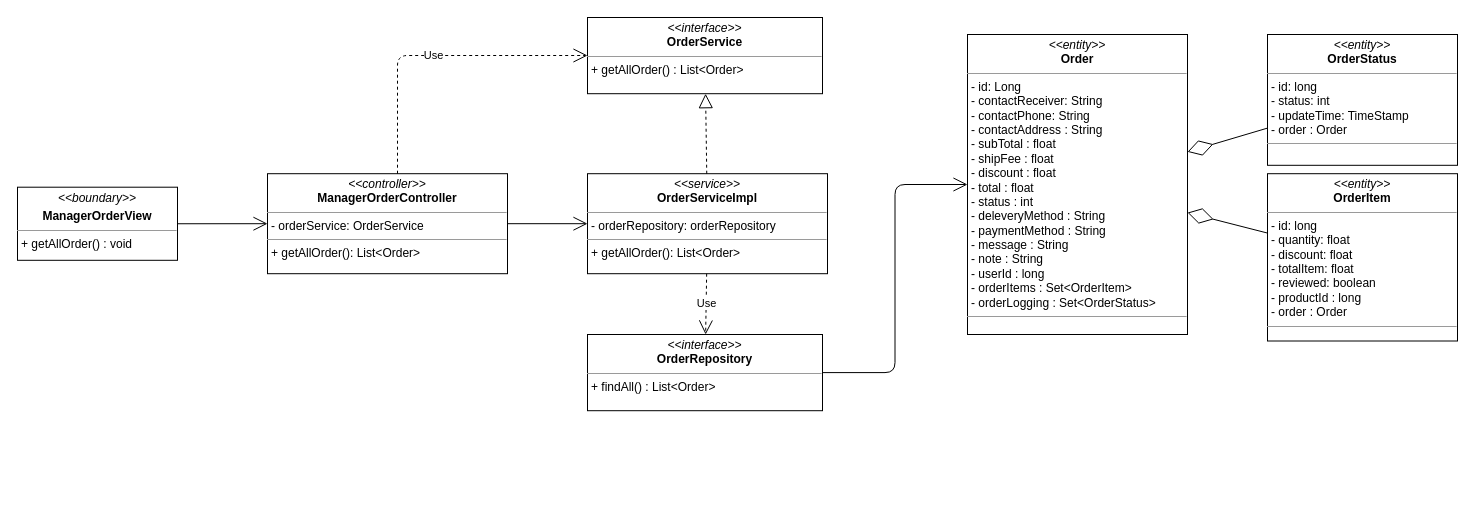
nguyenphamvan/datn_20202 keeps this draw.io diagram as class diagram/manager-order-class-diagram.drawio. Above is the earlier version. Source tidied: cells renumbered, new cells numbered last; positions are measured from the earlier drawing's top-left corner, leaving out a move shared by most shapes. Both pictures are drawn from the tidied source at 100%, with x=0, y=0 at pixel (17, 17).
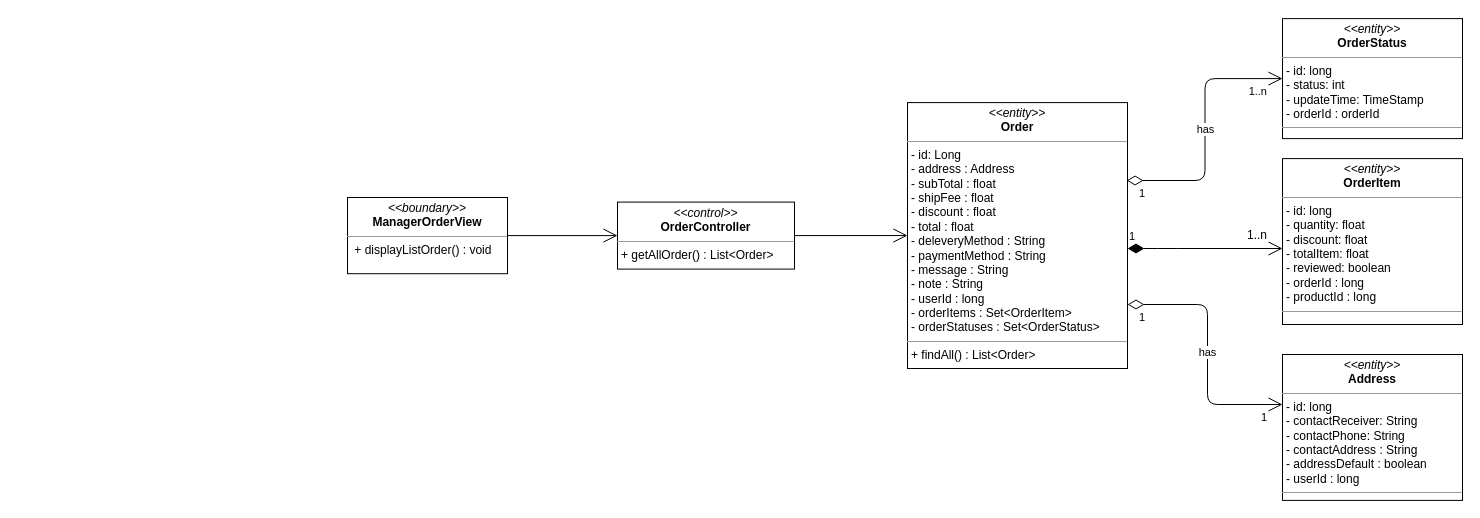
After the change.

What changed in the source:
```diff
@@
-    <mxCell id="2" value="&lt;p style=&quot;margin: 0px ; margin-top: 4px ; text-align: center&quot;&gt;&lt;i&gt;&amp;lt;&amp;lt;boundary&amp;gt;&amp;gt;&lt;/i&gt;&lt;/p&gt;&lt;p style=&quot;margin: 0px ; margin-top: 4px ; text-align: center&quot;&gt;&lt;b&gt;ManagerOrderView&lt;/b&gt;&lt;/p&gt;&lt;hr size=&quot;1&quot;&gt;&lt;p style=&quot;margin: 0px ; margin-left: 4px&quot;&gt;&lt;span&gt;+ getAllOrder() : void&lt;/span&gt;&lt;br&gt;&lt;/p&gt;" style="verticalAlign=top;align=left;overflow=fill;fontSize=12;fontFamily=Helvetica;html=1;" parent="1" vertex="1">
-      <mxGeometry y="169.7" width="160" height="73.1" as="geometry" />
-    </mxCell>
-    <mxCell id="3" style="endArrow=open;endFill=1;endSize=12;html=1;entryX=0;entryY=0.5;entryDx=0;entryDy=0;exitX=1;exitY=0.5;exitDx=0;exitDy=0;" parent="1" edge="1" source="2" target="7">
-      <mxGeometry relative="1" as="geometry" />
-    </mxCell>
-    <mxCell id="4" style="endArrow=open;endFill=1;endSize=12;html=1;exitX=1;exitY=0.5;exitDx=0;exitDy=0;edgeStyle=orthogonalEdgeStyle;" parent="1" edge="1" source="5" target="13">
-      <mxGeometry relative="1" as="geometry" />
-    </mxCell>
-    <mxCell id="5" value="&lt;p style=&quot;margin: 0px ; margin-top: 4px ; text-align: center&quot;&gt;&lt;i&gt;&amp;lt;&amp;lt;interface&amp;gt;&amp;gt;&lt;/i&gt;&lt;br&gt;&lt;b&gt;OrderRepository&lt;/b&gt;&lt;/p&gt;&lt;hr size=&quot;1&quot;&gt;&lt;p style=&quot;margin: 0px ; margin-left: 4px&quot;&gt;+ findAll() : List&amp;lt;Order&amp;gt;&lt;/p&gt;" style="verticalAlign=top;align=left;overflow=fill;fontSize=12;fontFamily=Helvetica;html=1;" parent="1" vertex="1">
-      <mxGeometry x="570" y="317" width="235" height="76.2" as="geometry" />
-    </mxCell>
-    <mxCell id="6" value="&lt;p style=&quot;margin: 0px ; margin-top: 4px ; text-align: center&quot;&gt;&lt;i&gt;&amp;lt;&amp;lt;interface&amp;gt;&amp;gt;&lt;/i&gt;&lt;br&gt;&lt;b&gt;OrderService&lt;/b&gt;&lt;/p&gt;&lt;hr size=&quot;1&quot;&gt;&lt;p style=&quot;margin: 0px ; margin-left: 4px&quot;&gt;+ getAllOrder() : List&amp;lt;Order&amp;gt;&lt;/p&gt;" style="verticalAlign=top;align=left;overflow=fill;fontSize=12;fontFamily=Helvetica;html=1;" parent="1" vertex="1">
-      <mxGeometry x="570" width="235" height="76.2" as="geometry" />
-    </mxCell>
-    <mxCell id="7" value="&lt;p style=&quot;margin: 0px ; margin-top: 4px ; text-align: center&quot;&gt;&lt;i&gt;&amp;lt;&amp;lt;controller&amp;gt;&amp;gt;&lt;/i&gt;&lt;br&gt;&lt;b&gt;ManagerOrderController&lt;/b&gt;&lt;br&gt;&lt;/p&gt;&lt;hr size=&quot;1&quot;&gt;&lt;p style=&quot;margin: 0px ; margin-left: 4px&quot;&gt;- orderService: OrderService&lt;br&gt;&lt;/p&gt;&lt;hr size=&quot;1&quot;&gt;&lt;p style=&quot;margin: 0px ; margin-left: 4px&quot;&gt;+ getAllOrder(): List&amp;lt;Order&amp;gt;&lt;br&gt;&lt;/p&gt;" style="verticalAlign=top;align=left;overflow=fill;fontSize=12;fontFamily=Helvetica;html=1;" parent="1" vertex="1">
-      <mxGeometry x="250" y="156.2" width="240" height="100" as="geometry" />
-    </mxCell>
-    <mxCell id="8" value="&lt;p style=&quot;margin: 0px ; margin-top: 4px ; text-align: center&quot;&gt;&lt;i&gt;&amp;lt;&amp;lt;service&amp;gt;&amp;gt;&lt;/i&gt;&lt;br&gt;&lt;b&gt;OrderServiceImpl&lt;/b&gt;&lt;/p&gt;&lt;hr size=&quot;1&quot;&gt;&lt;p style=&quot;margin: 0px ; margin-left: 4px&quot;&gt;- orderRepository: orderRepository&lt;br&gt;&lt;/p&gt;&lt;hr size=&quot;1&quot;&gt;&lt;p style=&quot;margin: 0px ; margin-left: 4px&quot;&gt;+ getAllOrder(): List&amp;lt;Order&amp;gt;&lt;br&gt;&lt;/p&gt;" style="verticalAlign=top;align=left;overflow=fill;fontSize=12;fontFamily=Helvetica;html=1;" parent="1" vertex="1">
-      <mxGeometry x="570" y="156.2" width="240" height="100" as="geometry" />
-    </mxCell>
-    <mxCell id="9" value="Use" style="endArrow=open;endSize=12;dashed=1;html=1;edgeStyle=orthogonalEdgeStyle;" parent="1" edge="1" source="7" target="6">
-      <mxGeometry relative="1" as="geometry">
-        <Array as="points">
-          <mxPoint x="380" y="38" />
-        </Array>
-      </mxGeometry>
-    </mxCell>
-    <mxCell id="10" style="endArrow=block;dashed=1;endFill=0;endSize=12;html=1;" parent="1" edge="1" source="8" target="6">
-      <mxGeometry relative="1" as="geometry" />
-    </mxCell>
-    <mxCell id="11" value="Use" style="endArrow=open;endSize=12;dashed=1;html=1;" parent="1" edge="1" source="8" target="5">
-      <mxGeometry relative="1" as="geometry" />
-    </mxCell>
-    <mxCell id="12" style="endArrow=open;endFill=1;endSize=12;html=1;" parent="1" edge="1" source="7" target="8">
-      <mxGeometry relative="1" as="geometry" />
-    </mxCell>
-    <mxCell id="13" value="&lt;p style=&quot;margin: 0px ; margin-top: 4px ; text-align: center&quot;&gt;&lt;i&gt;&amp;lt;&amp;lt;entity&amp;gt;&amp;gt;&lt;/i&gt;&lt;br&gt;&lt;b&gt;Order&lt;/b&gt;&lt;/p&gt;&lt;hr size=&quot;1&quot;&gt;&lt;p style=&quot;margin: 0px ; margin-left: 4px&quot;&gt;- id: Long&lt;/p&gt;&lt;p style=&quot;margin: 0px 0px 0px 4px&quot;&gt;- contactReceiver: String&lt;br&gt;- contactPhone: String&lt;/p&gt;&lt;p style=&quot;margin: 0px 0px 0px 4px&quot;&gt;- contactAddress : String&lt;/p&gt;&lt;p style=&quot;margin: 0px 0px 0px 4px&quot;&gt;- subTotal : float&lt;/p&gt;&lt;p style=&quot;margin: 0px 0px 0px 4px&quot;&gt;- shipFee : float&lt;/p&gt;&lt;p style=&quot;margin: 0px 0px 0px 4px&quot;&gt;- discount : float&lt;/p&gt;&lt;p style=&quot;margin: 0px 0px 0px 4px&quot;&gt;- total : float&lt;/p&gt;&lt;p style=&quot;margin: 0px 0px 0px 4px&quot;&gt;- status : int&lt;/p&gt;&lt;p style=&quot;margin: 0px 0px 0px 4px&quot;&gt;- deleveryMethod : String&lt;/p&gt;&lt;p style=&quot;margin: 0px 0px 0px 4px&quot;&gt;- paymentMethod : String&lt;/p&gt;&lt;p style=&quot;margin: 0px 0px 0px 4px&quot;&gt;- message : String&lt;/p&gt;&lt;p style=&quot;margin: 0px 0px 0px 4px&quot;&gt;- note : String&lt;/p&gt;&lt;p style=&quot;margin: 0px 0px 0px 4px&quot;&gt;- userId : long&lt;/p&gt;&lt;p style=&quot;margin: 0px 0px 0px 4px&quot;&gt;- orderItems : Set&amp;lt;OrderItem&amp;gt;&lt;/p&gt;&lt;p style=&quot;margin: 0px 0px 0px 4px&quot;&gt;- orderLogging : Set&amp;lt;OrderStatus&amp;gt;&amp;nbsp;&lt;/p&gt;&lt;hr size=&quot;1&quot;&gt;&lt;p style=&quot;margin: 0px ; margin-left: 4px&quot;&gt;&lt;br&gt;&lt;/p&gt;" style="verticalAlign=top;align=left;overflow=fill;fontSize=12;fontFamily=Helvetica;html=1;" parent="1" vertex="1">
-      <mxGeometry x="950" y="17" width="220" height="300" as="geometry" />
-    </mxCell>
-    <mxCell id="14" value="&lt;p style=&quot;margin: 0px ; margin-top: 4px ; text-align: center&quot;&gt;&lt;i&gt;&amp;lt;&amp;lt;entity&amp;gt;&amp;gt;&lt;/i&gt;&lt;br&gt;&lt;b&gt;OrderItem&lt;/b&gt;&lt;/p&gt;&lt;hr size=&quot;1&quot;&gt;&lt;p style=&quot;margin: 0px ; margin-left: 4px&quot;&gt;- id: long&lt;/p&gt;&lt;p style=&quot;margin: 0px ; margin-left: 4px&quot;&gt;- quantity: float&lt;br&gt;- discount: float&lt;/p&gt;&lt;p style=&quot;margin: 0px ; margin-left: 4px&quot;&gt;- totalItem: float&lt;/p&gt;&lt;p style=&quot;margin: 0px ; margin-left: 4px&quot;&gt;- reviewed: boolean&lt;/p&gt;&lt;p style=&quot;margin: 0px ; margin-left: 4px&quot;&gt;- productId : long&lt;/p&gt;&lt;p style=&quot;margin: 0px ; margin-left: 4px&quot;&gt;- order : Order&lt;/p&gt;&lt;hr size=&quot;1&quot;&gt;&lt;p style=&quot;margin: 0px ; margin-left: 4px&quot;&gt;&lt;br&gt;&lt;/p&gt;" style="verticalAlign=top;align=left;overflow=fill;fontSize=12;fontFamily=Helvetica;html=1;" parent="1" vertex="1">
-      <mxGeometry x="1250" y="156.2" width="190" height="167.3" as="geometry" />
-    </mxCell>
-    <mxCell id="15" value="&lt;p style=&quot;margin: 0px ; margin-top: 4px ; text-align: center&quot;&gt;&lt;i&gt;&amp;lt;&amp;lt;entity&amp;gt;&amp;gt;&lt;/i&gt;&lt;br&gt;&lt;b&gt;OrderStatus&lt;/b&gt;&lt;/p&gt;&lt;hr size=&quot;1&quot;&gt;&lt;p style=&quot;margin: 0px ; margin-left: 4px&quot;&gt;- id: long&lt;/p&gt;&lt;p style=&quot;margin: 0px ; margin-left: 4px&quot;&gt;- status: int&lt;br&gt;- updateTime: TimeStamp&lt;/p&gt;&lt;p style=&quot;margin: 0px ; margin-left: 4px&quot;&gt;- order : Order&lt;/p&gt;&lt;hr size=&quot;1&quot;&gt;&lt;p style=&quot;margin: 0px ; margin-left: 4px&quot;&gt;&lt;br&gt;&lt;/p&gt;" style="verticalAlign=top;align=left;overflow=fill;fontSize=12;fontFamily=Helvetica;html=1;" parent="1" vertex="1">
-      <mxGeometry x="1250" y="17" width="190" height="130.8" as="geometry" />
-    </mxCell>
-    <mxCell id="16" style="endArrow=diamondThin;endFill=0;endSize=24;html=1;" parent="1" edge="1" source="15" target="13">
-      <mxGeometry relative="1" as="geometry" />
-    </mxCell>
-    <mxCell id="17" style="endArrow=diamondThin;endFill=0;endSize=24;html=1;" parent="1" edge="1" source="14" target="13">
-      <mxGeometry relative="1" as="geometry" />
-    </mxCell>
+    <mxCell id="18" value="&lt;p style=&quot;margin: 0px ; margin-top: 4px ; text-align: center&quot;&gt;&lt;i&gt;&amp;lt;&amp;lt;boundary&amp;gt;&amp;gt;&lt;/i&gt;&lt;br&gt;&lt;b&gt;ManagerOrderView&lt;/b&gt;&lt;/p&gt;&lt;hr size=&quot;1&quot;&gt;&lt;p style=&quot;margin: 0px ; margin-left: 4px&quot;&gt;&lt;span&gt;&amp;nbsp;&lt;/span&gt;&lt;span&gt;+ displayListOrder() : void&lt;/span&gt;&lt;/p&gt;" style="verticalAlign=top;align=left;overflow=fill;fontSize=12;fontFamily=Helvetica;html=1;" parent="1" vertex="1">
+      <mxGeometry x="330" y="180" width="160" height="76.2" as="geometry" />
+    </mxCell>
+    <mxCell id="19" style="endArrow=open;endFill=1;endSize=12;html=1;exitX=1;exitY=0.5;exitDx=0;exitDy=0;" parent="1" edge="1" source="18" target="20">
+      <mxGeometry relative="1" as="geometry" />
+    </mxCell>
+    <mxCell id="20" value="&lt;p style=&quot;margin: 0px ; margin-top: 4px ; text-align: center&quot;&gt;&lt;i&gt;&amp;lt;&amp;lt;control&amp;gt;&amp;gt;&lt;/i&gt;&lt;br&gt;&lt;b&gt;OrderController&lt;/b&gt;&lt;br&gt;&lt;/p&gt;&lt;hr size=&quot;1&quot;&gt;&lt;p style=&quot;margin: 0px ; margin-left: 4px&quot;&gt;&lt;span&gt;+ getAllOrder() : List&amp;lt;Order&amp;gt;&lt;/span&gt;&lt;br&gt;&lt;/p&gt;" style="verticalAlign=top;align=left;overflow=fill;fontSize=12;fontFamily=Helvetica;html=1;" parent="1" vertex="1">
+      <mxGeometry x="600" y="184.6" width="177" height="67" as="geometry" />
+    </mxCell>
+    <mxCell id="21" style="endArrow=open;endFill=1;endSize=12;html=1;entryX=0;entryY=0.5;entryDx=0;entryDy=0;" parent="1" edge="1" source="20" target="23">
+      <mxGeometry relative="1" as="geometry" />
+    </mxCell>
+    <mxCell id="22" value="&lt;p style=&quot;margin: 0px ; margin-top: 4px ; text-align: center&quot;&gt;&lt;i&gt;&amp;lt;&amp;lt;entity&amp;gt;&amp;gt;&lt;/i&gt;&lt;br&gt;&lt;b&gt;Address&lt;/b&gt;&lt;/p&gt;&lt;hr size=&quot;1&quot;&gt;&lt;p style=&quot;margin: 0px ; margin-left: 4px&quot;&gt;- id: long&lt;/p&gt;&lt;p style=&quot;margin: 0px ; margin-left: 4px&quot;&gt;- contactReceiver: String&lt;br&gt;- contactPhone: String&lt;/p&gt;&lt;p style=&quot;margin: 0px ; margin-left: 4px&quot;&gt;- contactAddress : String&lt;/p&gt;&lt;p style=&quot;margin: 0px ; margin-left: 4px&quot;&gt;- addressDefault : boolean&lt;/p&gt;&lt;p style=&quot;margin: 0px ; margin-left: 4px&quot;&gt;- userId : long&lt;/p&gt;&lt;hr size=&quot;1&quot;&gt;&lt;p style=&quot;margin: 0px ; margin-left: 4px&quot;&gt;&lt;br&gt;&lt;/p&gt;" style="verticalAlign=top;align=left;overflow=fill;fontSize=12;fontFamily=Helvetica;html=1;" parent="1" vertex="1">
+      <mxGeometry x="1265" y="337" width="180" height="145.9" as="geometry" />
+    </mxCell>
+    <mxCell id="23" value="&lt;p style=&quot;margin: 0px ; margin-top: 4px ; text-align: center&quot;&gt;&lt;i&gt;&amp;lt;&amp;lt;entity&amp;gt;&amp;gt;&lt;/i&gt;&lt;br&gt;&lt;b&gt;Order&lt;/b&gt;&lt;/p&gt;&lt;hr size=&quot;1&quot;&gt;&lt;p style=&quot;margin: 0px ; margin-left: 4px&quot;&gt;- id: Long&lt;/p&gt;&lt;p style=&quot;margin: 0px 0px 0px 4px&quot;&gt;- address : Address&lt;/p&gt;&lt;p style=&quot;margin: 0px 0px 0px 4px&quot;&gt;- subTotal : float&lt;/p&gt;&lt;p style=&quot;margin: 0px 0px 0px 4px&quot;&gt;- shipFee : float&lt;/p&gt;&lt;p style=&quot;margin: 0px 0px 0px 4px&quot;&gt;- discount : float&lt;/p&gt;&lt;p style=&quot;margin: 0px 0px 0px 4px&quot;&gt;- total : float&lt;/p&gt;&lt;p style=&quot;margin: 0px 0px 0px 4px&quot;&gt;- deleveryMethod : String&lt;/p&gt;&lt;p style=&quot;margin: 0px 0px 0px 4px&quot;&gt;- paymentMethod : String&lt;/p&gt;&lt;p style=&quot;margin: 0px 0px 0px 4px&quot;&gt;- message : String&lt;/p&gt;&lt;p style=&quot;margin: 0px 0px 0px 4px&quot;&gt;- note : String&lt;/p&gt;&lt;p style=&quot;margin: 0px 0px 0px 4px&quot;&gt;- userId : long&lt;/p&gt;&lt;p style=&quot;margin: 0px 0px 0px 4px&quot;&gt;- orderItems : Set&amp;lt;OrderItem&amp;gt;&lt;/p&gt;&lt;p style=&quot;margin: 0px 0px 0px 4px&quot;&gt;- orderStatuses : Set&amp;lt;OrderStatus&amp;gt;&lt;/p&gt;&lt;hr size=&quot;1&quot;&gt;&lt;p style=&quot;margin: 0px ; margin-left: 4px&quot;&gt;+ findAll() : List&amp;lt;Order&amp;gt;&lt;/p&gt;" style="verticalAlign=top;align=left;overflow=fill;fontSize=12;fontFamily=Helvetica;html=1;" parent="1" vertex="1">
+      <mxGeometry x="890" y="85.1" width="220" height="265.9" as="geometry" />
+    </mxCell>
+    <mxCell id="24" value="&lt;p style=&quot;margin: 0px ; margin-top: 4px ; text-align: center&quot;&gt;&lt;i&gt;&amp;lt;&amp;lt;entity&amp;gt;&amp;gt;&lt;/i&gt;&lt;br&gt;&lt;b&gt;OrderItem&lt;/b&gt;&lt;/p&gt;&lt;hr size=&quot;1&quot;&gt;&lt;p style=&quot;margin: 0px ; margin-left: 4px&quot;&gt;- id: long&lt;/p&gt;&lt;p style=&quot;margin: 0px ; margin-left: 4px&quot;&gt;- quantity: float&lt;br&gt;- discount: float&lt;/p&gt;&lt;p style=&quot;margin: 0px ; margin-left: 4px&quot;&gt;- totalItem: float&lt;/p&gt;&lt;p style=&quot;margin: 0px ; margin-left: 4px&quot;&gt;- reviewed: boolean&lt;/p&gt;&lt;p style=&quot;margin: 0px ; margin-left: 4px&quot;&gt;- orderId : long&lt;/p&gt;&lt;p style=&quot;margin: 0px ; margin-left: 4px&quot;&gt;- productId : long&lt;/p&gt;&lt;hr size=&quot;1&quot;&gt;&lt;p style=&quot;margin: 0px ; margin-left: 4px&quot;&gt;&lt;br&gt;&lt;/p&gt;" style="verticalAlign=top;align=left;overflow=fill;fontSize=12;fontFamily=Helvetica;html=1;" parent="1" vertex="1">
+      <mxGeometry x="1265" y="141.1" width="180" height="165.9" as="geometry" />
+    </mxCell>
+    <mxCell id="25" value="&lt;p style=&quot;margin: 0px ; margin-top: 4px ; text-align: center&quot;&gt;&lt;i&gt;&amp;lt;&amp;lt;entity&amp;gt;&amp;gt;&lt;/i&gt;&lt;br&gt;&lt;b&gt;OrderStatus&lt;/b&gt;&lt;/p&gt;&lt;hr size=&quot;1&quot;&gt;&lt;p style=&quot;margin: 0px ; margin-left: 4px&quot;&gt;- id: long&lt;/p&gt;&lt;p style=&quot;margin: 0px ; margin-left: 4px&quot;&gt;- status: int&lt;br&gt;- updateTime: TimeStamp&lt;/p&gt;&lt;p style=&quot;margin: 0px ; margin-left: 4px&quot;&gt;- orderId : orderId&lt;/p&gt;&lt;hr size=&quot;1&quot;&gt;&lt;p style=&quot;margin: 0px ; margin-left: 4px&quot;&gt;&lt;br&gt;&lt;/p&gt;" style="verticalAlign=top;align=left;overflow=fill;fontSize=12;fontFamily=Helvetica;html=1;" parent="1" vertex="1">
+      <mxGeometry x="1265" y="1.1" width="180" height="120" as="geometry" />
+    </mxCell>
+    <mxCell id="26" value="has" style="endArrow=open;html=1;endSize=12;startArrow=diamondThin;startSize=14;startFill=0;edgeStyle=orthogonalEdgeStyle;exitX=0.996;exitY=0.293;exitDx=0;exitDy=0;exitPerimeter=0;" parent="1" edge="1" source="23" target="25">
+      <mxGeometry relative="1" as="geometry" />
+    </mxCell>
+    <mxCell id="27" value="1" style="edgeLabel;html=1;align=left;verticalAlign=top;" parent="26" vertex="1">
+      <mxGeometry x="-1" relative="1" as="geometry">
+        <mxPoint x="11" as="offset" />
+      </mxGeometry>
+    </mxCell>
+    <mxCell id="28" value="1..n" style="edgeLabel;html=1;align=right;verticalAlign=top;" parent="26" vertex="1">
+      <mxGeometry x="1" relative="1" as="geometry">
+        <mxPoint x="-15" as="offset" />
+      </mxGeometry>
+    </mxCell>
+    <mxCell id="29" value="has" style="endArrow=open;html=1;endSize=12;startArrow=diamondThin;startSize=14;startFill=0;edgeStyle=orthogonalEdgeStyle;" parent="1" edge="1" source="23" target="22">
+      <mxGeometry relative="1" as="geometry">
+        <Array as="points">
+          <mxPoint x="1190" y="287" />
+          <mxPoint x="1190" y="387" />
+        </Array>
+      </mxGeometry>
+    </mxCell>
+    <mxCell id="30" value="1" style="edgeLabel;html=1;align=left;verticalAlign=top;" parent="29" vertex="1">
+      <mxGeometry x="-1" relative="1" as="geometry">
+        <mxPoint x="10" as="offset" />
+      </mxGeometry>
+    </mxCell>
+    <mxCell id="31" value="1" style="edgeLabel;html=1;align=right;verticalAlign=top;" parent="29" vertex="1">
+      <mxGeometry x="1" relative="1" as="geometry">
+        <mxPoint x="-15" as="offset" />
+      </mxGeometry>
+    </mxCell>
+    <mxCell id="32" value="1" style="endArrow=open;html=1;endSize=12;startArrow=diamondThin;startSize=14;startFill=1;edgeStyle=orthogonalEdgeStyle;align=left;verticalAlign=bottom;" parent="1" edge="1" source="23" target="24">
+      <mxGeometry x="-1" y="3" relative="1" as="geometry">
+        <Array as="points">
+          <mxPoint x="1150" y="231" />
+          <mxPoint x="1150" y="231" />
+        </Array>
+      </mxGeometry>
+    </mxCell>
+    <mxCell id="33" value="1..n" style="text;html=1;strokeColor=none;fillColor=none;align=center;verticalAlign=middle;whiteSpace=wrap;rounded=0;" parent="1" vertex="1">
+      <mxGeometry x="1220" y="208.1" width="40" height="20" as="geometry" />
+    </mxCell>
```
